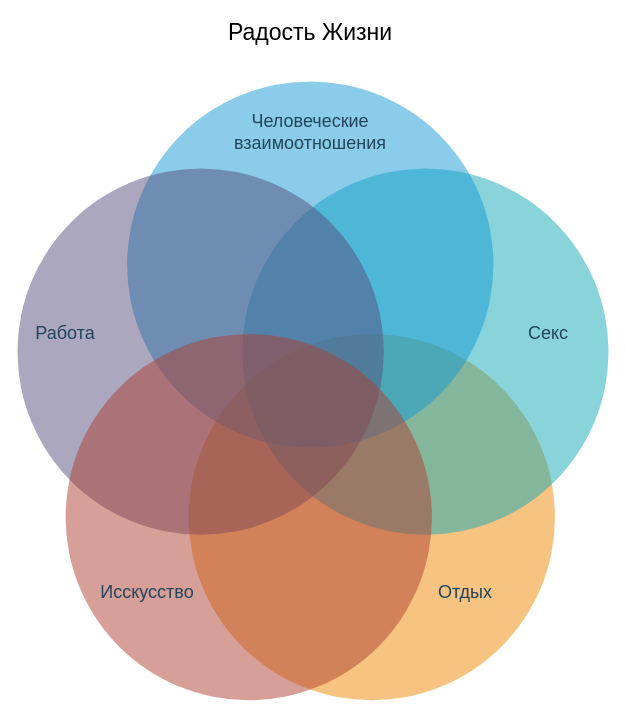
Above: Радость жизни.drawio in ropog3ovomou/tmp (draw.io), before the change. Source tidied: cells renumbered, new cells numbered last; positions are measured from the earlier drawing's top-left corner, leaving out a move shared by most shapes. Both pictures are drawn from the tidied source at 100%, with x=0, y=0 at pixel (17, 17).
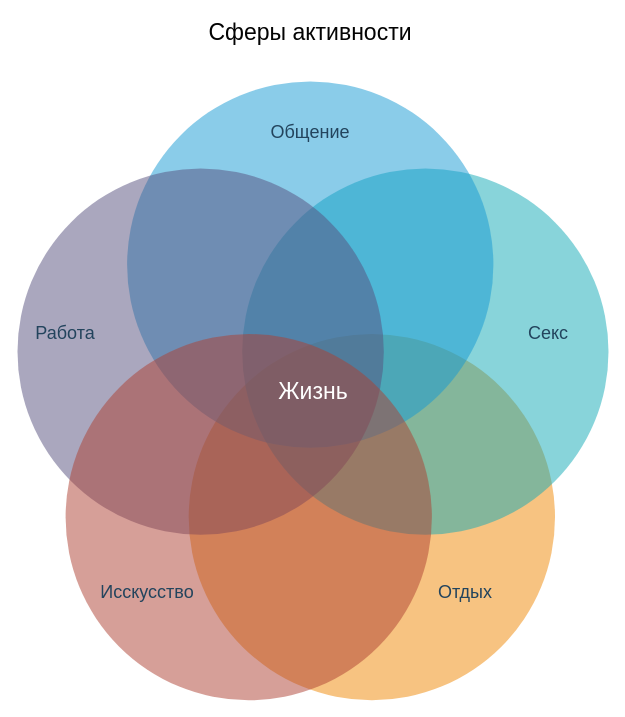
The same page after the edit.

Change to the diagram source:
```diff
@@
 <mxGraphModel>
   <root>
     <mxCell id="0" />
     <mxCell id="1" parent="0" />
     <mxCell id="2" style="group;" parent="1" vertex="1">
       <mxGeometry y="64" width="591" height="618.8" as="geometry" />
     </mxCell>
     <mxCell id="3" style="ellipse;whiteSpace=wrap;html=1;rounded=1;shadow=0;glass=0;labelBackgroundColor=#FFFFFF;strokeColor=none;strokeWidth=2;fillColor=#F08705;gradientColor=none;fontFamily=Helvetica;fontSize=25;fontColor=#2F5B7C;align=left;opacity=50;" parent="2" vertex="1">
       <mxGeometry x="171.2" y="252.5" width="366.3" height="366.3" as="geometry" />
     </mxCell>
     <mxCell id="4" style="ellipse;whiteSpace=wrap;html=1;rounded=1;shadow=0;glass=0;labelBackgroundColor=#FFFFFF;strokeColor=none;strokeWidth=2;fillColor=#12AAB5;gradientColor=none;fontFamily=Helvetica;fontSize=25;fontColor=#2F5B7C;align=left;opacity=50;" parent="2" vertex="1">
       <mxGeometry x="224.7" y="87" width="366.3" height="366.3" as="geometry" />
     </mxCell>
     <mxCell id="5" style="ellipse;whiteSpace=wrap;html=1;rounded=1;shadow=0;glass=0;labelBackgroundColor=#FFFFFF;strokeColor=none;strokeWidth=2;fillColor=#1699D3;gradientColor=none;fontFamily=Helvetica;fontSize=25;fontColor=#2F5B7C;align=left;opacity=50;" parent="2" vertex="1">
       <mxGeometry x="109.6" width="366.3" height="366.3" as="geometry" />
     </mxCell>
     <mxCell id="6" style="ellipse;whiteSpace=wrap;html=1;rounded=1;shadow=0;glass=0;labelBackgroundColor=#FFFFFF;strokeColor=none;strokeWidth=2;fillColor=#56517E;gradientColor=none;fontFamily=Helvetica;fontSize=25;fontColor=#2F5B7C;align=left;opacity=50;" parent="2" vertex="1">
       <mxGeometry y="87" width="366.3" height="366.3" as="geometry" />
     </mxCell>
     <mxCell id="7" style="ellipse;whiteSpace=wrap;html=1;rounded=1;shadow=0;glass=0;labelBackgroundColor=#FFFFFF;strokeColor=none;strokeWidth=2;fillColor=#AE4132;gradientColor=none;fontFamily=Helvetica;fontSize=25;fontColor=#2F5B7C;align=left;opacity=50;" parent="2" vertex="1">
       <mxGeometry x="48.1" y="252.5" width="366.3" height="366.3" as="geometry" />
     </mxCell>
     <mxCell id="8" value="Отдых" style="text;html=1;strokeColor=none;fillColor=none;align=center;verticalAlign=middle;whiteSpace=wrap;rounded=0;shadow=1;labelBackgroundColor=none;fontSize=18;fontColor=#23445D;" parent="2" vertex="1">
       <mxGeometry x="428" y="501" width="40" height="20" as="geometry" />
     </mxCell>
-    <mxCell id="9" value="Человеческие взаимоотношения" style="text;html=1;strokeColor=none;fillColor=none;align=center;verticalAlign=middle;whiteSpace=wrap;rounded=0;shadow=1;labelBackgroundColor=none;fontSize=18;fontColor=#23445D;" parent="2" vertex="1">
+    <mxCell id="9" value="Общение" style="text;html=1;strokeColor=none;fillColor=none;align=center;verticalAlign=middle;whiteSpace=wrap;rounded=0;shadow=1;labelBackgroundColor=none;fontSize=18;fontColor=#23445D;" parent="2" vertex="1">
       <mxGeometry x="273" y="41" width="40" height="20" as="geometry" />
     </mxCell>
     <mxCell id="10" value="Секс" style="text;html=1;strokeColor=none;fillColor=none;align=center;verticalAlign=middle;whiteSpace=wrap;rounded=0;shadow=1;labelBackgroundColor=none;fontSize=18;fontColor=#23445D;" parent="2" vertex="1">
       <mxGeometry x="511" y="241.5" width="40" height="20" as="geometry" />
     </mxCell>
     <mxCell id="11" value="Исскусство" style="text;html=1;strokeColor=none;fillColor=none;align=center;verticalAlign=middle;whiteSpace=wrap;rounded=0;shadow=1;labelBackgroundColor=none;fontSize=18;fontColor=#23445D;" parent="2" vertex="1">
       <mxGeometry x="109.5" y="501" width="40" height="20" as="geometry" />
     </mxCell>
     <mxCell id="12" value="Работа" style="text;html=1;strokeColor=none;fillColor=none;align=center;verticalAlign=middle;whiteSpace=wrap;rounded=0;shadow=1;labelBackgroundColor=none;fontSize=18;fontColor=#23445D;" parent="2" vertex="1">
       <mxGeometry x="28" y="241.5" width="40" height="20" as="geometry" />
     </mxCell>
+    <mxCell id="14" value="Жизнь" style="text;html=1;strokeColor=none;fillColor=none;align=center;verticalAlign=middle;whiteSpace=wrap;rounded=0;fontSize=23;fontColor=#FFFFFF;" parent="2" vertex="1">
+      <mxGeometry x="266" y="295" width="60" height="30" as="geometry" />
+    </mxCell>
-    <mxCell id="13" value="Радость Жизни" style="text;html=1;strokeColor=none;fillColor=none;align=center;verticalAlign=middle;whiteSpace=wrap;rounded=0;fontColor=#030303;fontSize=23;" parent="1" vertex="1">
+    <mxCell id="13" value="Сферы активности" style="text;html=1;strokeColor=none;fillColor=none;align=center;verticalAlign=middle;whiteSpace=wrap;rounded=0;fontColor=#030303;fontSize=23;" parent="1" vertex="1">
       <mxGeometry x="176" width="234" height="30" as="geometry" />
     </mxCell>
   </root>
 </mxGraphModel>
```
